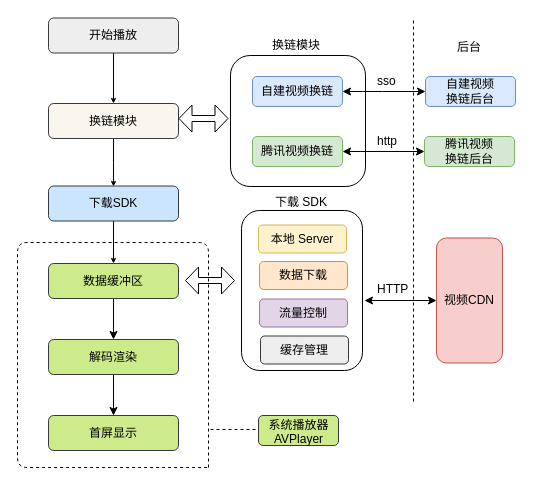
Anyewuya/Sev keeps this draw.io diagram as play.drawio. Above is the earlier version. Source tidied: cells renumbered, new cells numbered last; positions are measured from the earlier drawing's top-left corner, leaving out a move shared by most shapes. Both pictures are drawn from the tidied source at 100%, with x=0, y=0 at pixel (17, 18).
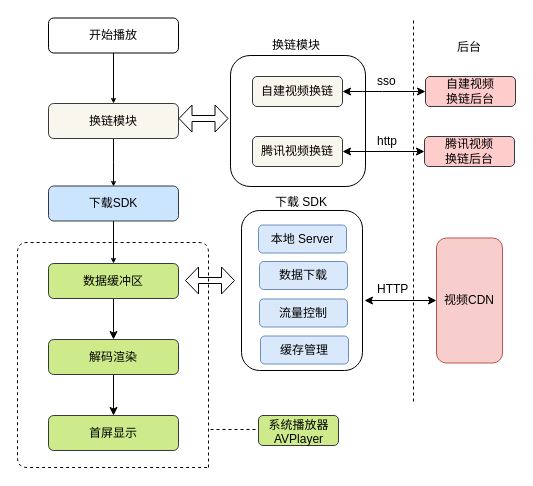
The same page after the edit.

The edit, as a diff of the source:
```diff
@@
-    <mxCell id="3" value="自建视频换链" style="rounded=1;whiteSpace=wrap;html=1;fillColor=#dae8fc;strokeColor=#6c8ebf;" parent="1" vertex="1">
+    <mxCell id="3" value="自建视频换链" style="rounded=1;whiteSpace=wrap;html=1;fillColor=#f9f7ed;strokeColor=#36393d;" parent="1" vertex="1">
       <mxGeometry x="235" y="58" width="90" height="30" as="geometry" />
     </mxCell>
-    <mxCell id="4" value="腾讯视频换链" style="rounded=1;whiteSpace=wrap;html=1;fillColor=#d5e8d4;strokeColor=#82b366;" parent="1" vertex="1">
+    <mxCell id="4" value="腾讯视频换链" style="rounded=1;whiteSpace=wrap;html=1;fillColor=#f9f7ed;strokeColor=#36393d;" parent="1" vertex="1">
       <mxGeometry x="235" y="118" width="90" height="30" as="geometry" />
     </mxCell>
-    <mxCell id="5" value="自建视频&lt;br&gt;换链后台" style="rounded=1;whiteSpace=wrap;html=1;fillColor=#dae8fc;strokeColor=#6c8ebf;" parent="1" vertex="1">
+    <mxCell id="5" value="自建视频&lt;br&gt;换链后台" style="rounded=1;whiteSpace=wrap;html=1;fillColor=#ffcccc;strokeColor=#36393d;" parent="1" vertex="1">
       <mxGeometry x="408" y="58" width="90" height="30" as="geometry" />
     </mxCell>
-    <mxCell id="6" value="腾讯视频&lt;br&gt;换链后台" style="rounded=1;whiteSpace=wrap;html=1;fillColor=#d5e8d4;strokeColor=#82b366;" parent="1" vertex="1">
+    <mxCell id="6" value="腾讯视频&lt;br&gt;换链后台" style="rounded=1;whiteSpace=wrap;html=1;fillColor=#ffcccc;strokeColor=#36393d;" parent="1" vertex="1">
       <mxGeometry x="407" y="118" width="90" height="30" as="geometry" />
     </mxCell>
@@
-    <mxCell id="12" value="开始播放" style="rounded=1;whiteSpace=wrap;html=1;fillColor=#eeeeee;strokeColor=#36393d;" parent="1" vertex="1">
+    <mxCell id="12" value="开始播放" style="rounded=1;whiteSpace=wrap;html=1;" parent="1" vertex="1">
       <mxGeometry x="31" y="-0.5" width="130" height="35" as="geometry" />
     </mxCell>
@@
-    <mxCell id="23" value="本地 Server" style="rounded=1;whiteSpace=wrap;html=1;labelBackgroundColor=none;fillColor=#fff2cc;strokeColor=#d6b656;" parent="1" vertex="1">
+    <mxCell id="23" value="本地 Server" style="rounded=1;whiteSpace=wrap;html=1;labelBackgroundColor=none;fillColor=#dae8fc;strokeColor=#6c8ebf;" parent="1" vertex="1">
       <mxGeometry x="241" y="206.5" width="88" height="28" as="geometry" />
     </mxCell>
-    <mxCell id="24" value="数据下载" style="rounded=1;whiteSpace=wrap;html=1;labelBackgroundColor=none;fillColor=#ffe6cc;strokeColor=#d79b00;" parent="1" vertex="1">
+    <mxCell id="24" value="数据下载" style="rounded=1;whiteSpace=wrap;html=1;labelBackgroundColor=none;fillColor=#dae8fc;strokeColor=#6c8ebf;" parent="1" vertex="1">
       <mxGeometry x="242" y="243" width="88" height="28" as="geometry" />
     </mxCell>
-    <mxCell id="25" value="流量控制" style="rounded=1;whiteSpace=wrap;html=1;labelBackgroundColor=none;fillColor=#e1d5e7;strokeColor=#9673a6;" parent="1" vertex="1">
+    <mxCell id="25" value="流量控制" style="rounded=1;whiteSpace=wrap;html=1;labelBackgroundColor=none;fillColor=#dae8fc;strokeColor=#6c8ebf;" parent="1" vertex="1">
       <mxGeometry x="242" y="280.5" width="88" height="28" as="geometry" />
     </mxCell>
-    <mxCell id="26" value="缓存管理" style="rounded=1;whiteSpace=wrap;html=1;labelBackgroundColor=none;fillColor=#eeeeee;strokeColor=#36393d;" parent="1" vertex="1">
+    <mxCell id="26" value="缓存管理" style="rounded=1;whiteSpace=wrap;html=1;labelBackgroundColor=none;fillColor=#dae8fc;strokeColor=#6c8ebf;" parent="1" vertex="1">
       <mxGeometry x="243" y="317.5" width="88" height="28" as="geometry" />
     </mxCell>
@@
-    <mxCell id="37" value="系统播放器&lt;br&gt;AVPlayer" style="text;html=1;points=[];align=center;verticalAlign=top;spacingTop=-4;fillColor=#cdeb8b;strokeColor=#36393d;rounded=1;" parent="1" vertex="1">
+    <mxCell id="37" value="系统播放器&lt;br&gt;AVPlayer" style="text;html=1;points=[];align=center;verticalAlign=top;spacingTop=-4;rounded=1;fillColor=#cdeb8b;strokeColor=#36393d;" parent="1" vertex="1">
       <mxGeometry x="241" y="397" width="80" height="30" as="geometry" />
     </mxCell>
```
